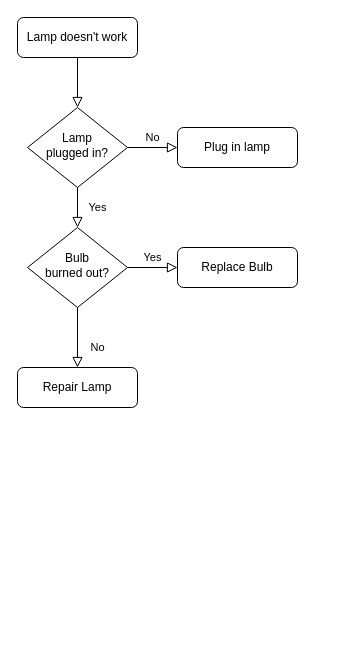
Above: 제목 없는 다이어그램.drawio in DEV-Kiseong/Algorithm (draw.io), before the change. Source tidied: cells renumbered, new cells numbered last; positions are measured from the earlier drawing's top-left corner, leaving out a move shared by most shapes. Both pictures are drawn from the tidied source at 100%, with x=0, y=0 at pixel (17, 17).
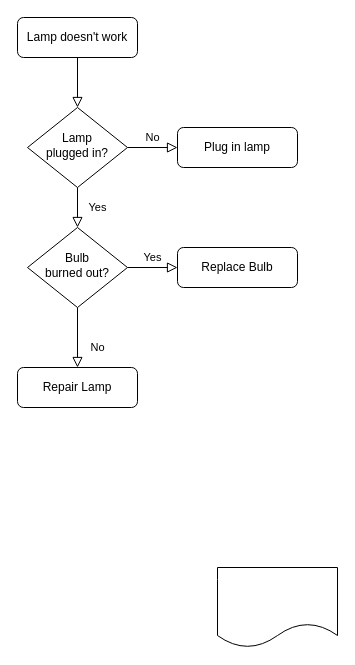
The same page after the edit.

Commit message:
제목 없는 다이어그램.drawio 업데이트

What changed in the source:
```diff
@@
 <mxGraphModel>
   <root>
     <mxCell id="0" />
     <mxCell id="1" parent="0" />
     <mxCell id="2" style="rounded=0;html=1;jettySize=auto;fontSize=11;endArrow=block;endFill=0;endSize=8;strokeWidth=1;shadow=0;labelBackgroundColor=none;edgeStyle=orthogonalEdgeStyle;" parent="1" edge="1" source="3" target="6">
       <mxGeometry relative="1" as="geometry" />
     </mxCell>
     <mxCell id="3" value="Lamp doesn't work" style="rounded=1;whiteSpace=wrap;html=1;fontSize=12;glass=0;strokeWidth=1;shadow=0;" parent="1" vertex="1">
       <mxGeometry width="120" height="40" as="geometry" />
     </mxCell>
     <mxCell id="4" value="Yes" style="rounded=0;html=1;jettySize=auto;fontSize=11;endArrow=block;endFill=0;endSize=8;strokeWidth=1;shadow=0;labelBackgroundColor=none;edgeStyle=orthogonalEdgeStyle;" parent="1" edge="1" source="6" target="10">
       <mxGeometry y="20" relative="1" as="geometry" />
     </mxCell>
     <mxCell id="5" value="No" style="edgeStyle=orthogonalEdgeStyle;rounded=0;html=1;jettySize=auto;fontSize=11;endArrow=block;endFill=0;endSize=8;strokeWidth=1;shadow=0;labelBackgroundColor=none;" parent="1" edge="1" source="6" target="7">
       <mxGeometry y="10" relative="1" as="geometry" />
     </mxCell>
     <mxCell id="6" value="Lamp&lt;br&gt;plugged in?" style="rhombus;whiteSpace=wrap;html=1;shadow=0;fontFamily=Helvetica;fontSize=12;align=center;strokeWidth=1;spacing=6;spacingTop=-4;" parent="1" vertex="1">
       <mxGeometry x="10" y="90" width="100" height="80" as="geometry" />
     </mxCell>
     <mxCell id="7" value="Plug in lamp" style="rounded=1;whiteSpace=wrap;html=1;fontSize=12;glass=0;strokeWidth=1;shadow=0;" parent="1" vertex="1">
       <mxGeometry x="160" y="110" width="120" height="40" as="geometry" />
     </mxCell>
     <mxCell id="8" value="No" style="rounded=0;html=1;jettySize=auto;fontSize=11;endArrow=block;endFill=0;endSize=8;strokeWidth=1;shadow=0;labelBackgroundColor=none;edgeStyle=orthogonalEdgeStyle;" parent="1" edge="1" source="10" target="11">
       <mxGeometry x="0.33" y="20" relative="1" as="geometry" />
     </mxCell>
     <mxCell id="9" value="Yes" style="edgeStyle=orthogonalEdgeStyle;rounded=0;html=1;jettySize=auto;fontSize=11;endArrow=block;endFill=0;endSize=8;strokeWidth=1;shadow=0;labelBackgroundColor=none;" parent="1" edge="1" source="10" target="12">
       <mxGeometry y="10" relative="1" as="geometry" />
     </mxCell>
     <mxCell id="10" value="Bulb&lt;br&gt;burned out?" style="rhombus;whiteSpace=wrap;html=1;shadow=0;fontFamily=Helvetica;fontSize=12;align=center;strokeWidth=1;spacing=6;spacingTop=-4;" parent="1" vertex="1">
       <mxGeometry x="10" y="210" width="100" height="80" as="geometry" />
     </mxCell>
     <mxCell id="11" value="Repair Lamp" style="rounded=1;whiteSpace=wrap;html=1;fontSize=12;glass=0;strokeWidth=1;shadow=0;" parent="1" vertex="1">
       <mxGeometry y="350" width="120" height="40" as="geometry" />
     </mxCell>
     <mxCell id="12" value="Replace Bulb" style="rounded=1;whiteSpace=wrap;html=1;fontSize=12;glass=0;strokeWidth=1;shadow=0;" parent="1" vertex="1">
       <mxGeometry x="160" y="230" width="120" height="40" as="geometry" />
     </mxCell>
+    <mxCell id="13" style="shape=document;whiteSpace=wrap;html=1;boundedLbl=1;" parent="1" vertex="1">
+      <mxGeometry x="200" y="550" width="120" height="80" as="geometry" />
+    </mxCell>
   </root>
 </mxGraphModel>
```
